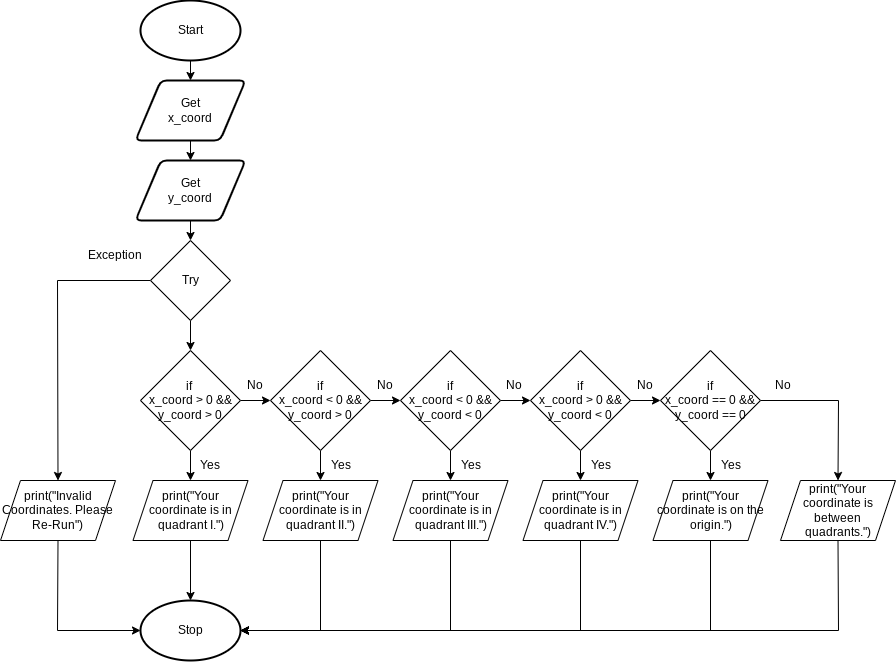
Before: drawio/flowchart/flowchart.png, a diagram exported from draw.io (Aidan-Lalonde-Novales/ICS3U-Assignment4-Python). Source tidied: cells renumbered, new cells last; positions are measured from the earlier drawing's top-left corner, leaving out a move shared by most shapes. Source of this version:
```xml
<mxGraphModel>
  <root>
    <mxCell id="0" />
    <mxCell id="1" parent="0" />
    <mxCell id="2" style="edgeStyle=none;html=1;exitX=0.5;exitY=1;exitDx=0;exitDy=0;exitPerimeter=0;entryX=0.5;entryY=0;entryDx=0;entryDy=0;" parent="1" edge="1" source="3" target="5">
      <mxGeometry relative="1" as="geometry" />
    </mxCell>
    <mxCell id="3" value="Start" style="strokeWidth=2;html=1;shape=mxgraph.flowchart.start_1;whiteSpace=wrap;" parent="1" vertex="1">
      <mxGeometry x="140" width="100" height="60" as="geometry" />
    </mxCell>
    <mxCell id="4" style="edgeStyle=none;html=1;exitX=0.5;exitY=1;exitDx=0;exitDy=0;entryX=0.5;entryY=0;entryDx=0;entryDy=0;" parent="1" edge="1" source="5" target="23">
      <mxGeometry relative="1" as="geometry" />
    </mxCell>
    <mxCell id="5" value="Get&lt;br&gt;x_coord" style="shape=parallelogram;html=1;strokeWidth=2;perimeter=parallelogramPerimeter;whiteSpace=wrap;rounded=1;arcSize=12;size=0.23;" parent="1" vertex="1">
      <mxGeometry x="135" y="80" width="110" height="60" as="geometry" />
    </mxCell>
    <mxCell id="6" value="Stop" style="strokeWidth=2;html=1;shape=mxgraph.flowchart.start_1;whiteSpace=wrap;" parent="1" vertex="1">
      <mxGeometry x="140" y="600" width="100" height="60" as="geometry" />
    </mxCell>
    <mxCell id="7" style="edgeStyle=none;rounded=0;html=1;exitX=1;exitY=0.5;exitDx=0;exitDy=0;entryX=0;entryY=0.5;entryDx=0;entryDy=0;" parent="1" edge="1" source="9" target="14">
      <mxGeometry relative="1" as="geometry" />
    </mxCell>
    <mxCell id="8" style="edgeStyle=none;html=1;exitX=0.5;exitY=1;exitDx=0;exitDy=0;entryX=0.5;entryY=0;entryDx=0;entryDy=0;" parent="1" edge="1" source="9" target="11">
      <mxGeometry relative="1" as="geometry" />
    </mxCell>
    <mxCell id="9" value="if &lt;br&gt;x_coord &amp;gt; 0 &amp;amp;&amp;amp; y_coord &amp;gt; 0" style="rhombus;whiteSpace=wrap;html=1;" parent="1" vertex="1">
      <mxGeometry x="140" y="350" width="100" height="100" as="geometry" />
    </mxCell>
    <mxCell id="10" style="edgeStyle=none;rounded=0;html=1;exitX=0.5;exitY=1;exitDx=0;exitDy=0;entryX=0.5;entryY=0;entryDx=0;entryDy=0;entryPerimeter=0;" parent="1" edge="1" source="11" target="6">
      <mxGeometry relative="1" as="geometry" />
    </mxCell>
    <mxCell id="11" value="print(&quot;Your coordinate is in quadrant I.&quot;)" style="shape=parallelogram;perimeter=parallelogramPerimeter;whiteSpace=wrap;html=1;fixedSize=1;" parent="1" vertex="1">
      <mxGeometry x="132.5" y="480" width="115" height="60" as="geometry" />
    </mxCell>
    <mxCell id="12" style="edgeStyle=none;rounded=0;html=1;exitX=1;exitY=0.5;exitDx=0;exitDy=0;entryX=0;entryY=0.5;entryDx=0;entryDy=0;" parent="1" edge="1" source="14" target="17">
      <mxGeometry relative="1" as="geometry" />
    </mxCell>
    <mxCell id="13" style="edgeStyle=none;html=1;exitX=0.5;exitY=1;exitDx=0;exitDy=0;entryX=0.5;entryY=0;entryDx=0;entryDy=0;" parent="1" edge="1" source="14" target="36">
      <mxGeometry relative="1" as="geometry" />
    </mxCell>
    <mxCell id="14" value="if&lt;br&gt;x_coord &amp;lt; 0 &amp;amp;&amp;amp; y_coord &amp;gt; 0" style="rhombus;whiteSpace=wrap;html=1;" parent="1" vertex="1">
      <mxGeometry x="270" y="350" width="100" height="100" as="geometry" />
    </mxCell>
    <mxCell id="15" style="edgeStyle=none;html=1;exitX=1;exitY=0.5;exitDx=0;exitDy=0;entryX=0;entryY=0.5;entryDx=0;entryDy=0;" parent="1" edge="1" source="17" target="30">
      <mxGeometry relative="1" as="geometry" />
    </mxCell>
    <mxCell id="16" style="edgeStyle=none;html=1;exitX=0.5;exitY=1;exitDx=0;exitDy=0;entryX=0.5;entryY=0;entryDx=0;entryDy=0;" parent="1" edge="1" source="17" target="39">
      <mxGeometry relative="1" as="geometry" />
    </mxCell>
    <mxCell id="17" value="if&lt;br&gt;x_coord &amp;lt; 0 &amp;amp;&amp;amp; y_coord &amp;lt; 0" style="rhombus;whiteSpace=wrap;html=1;" parent="1" vertex="1">
      <mxGeometry x="400" y="350" width="100" height="100" as="geometry" />
    </mxCell>
    <mxCell id="18" value="Yes" style="text;html=1;strokeColor=none;fillColor=none;align=center;verticalAlign=middle;whiteSpace=wrap;rounded=0;" parent="1" vertex="1">
      <mxGeometry x="189" y="450" width="41" height="30" as="geometry" />
    </mxCell>
    <mxCell id="19" value="No" style="text;html=1;strokeColor=none;fillColor=none;align=center;verticalAlign=middle;whiteSpace=wrap;rounded=0;" parent="1" vertex="1">
      <mxGeometry x="240" y="370" width="30" height="30" as="geometry" />
    </mxCell>
    <mxCell id="20" value="No" style="text;html=1;strokeColor=none;fillColor=none;align=center;verticalAlign=middle;whiteSpace=wrap;rounded=0;" parent="1" vertex="1">
      <mxGeometry x="370" y="370" width="30" height="30" as="geometry" />
    </mxCell>
    <mxCell id="21" value="No" style="text;html=1;strokeColor=none;fillColor=none;align=center;verticalAlign=middle;whiteSpace=wrap;rounded=0;" parent="1" vertex="1">
      <mxGeometry x="499" y="370" width="30" height="30" as="geometry" />
    </mxCell>
    <mxCell id="22" style="edgeStyle=none;html=1;exitX=0.5;exitY=1;exitDx=0;exitDy=0;entryX=0.5;entryY=0;entryDx=0;entryDy=0;" parent="1" edge="1" source="23" target="26">
      <mxGeometry relative="1" as="geometry" />
    </mxCell>
    <mxCell id="23" value="Get&lt;br&gt;y_coord" style="shape=parallelogram;html=1;strokeWidth=2;perimeter=parallelogramPerimeter;whiteSpace=wrap;rounded=1;arcSize=12;size=0.23;" parent="1" vertex="1">
      <mxGeometry x="135" y="160" width="110" height="60" as="geometry" />
    </mxCell>
    <mxCell id="24" style="edgeStyle=none;html=1;exitX=0.5;exitY=1;exitDx=0;exitDy=0;entryX=0.5;entryY=0;entryDx=0;entryDy=0;" parent="1" edge="1" source="26" target="9">
      <mxGeometry relative="1" as="geometry" />
    </mxCell>
    <mxCell id="25" style="edgeStyle=none;rounded=0;html=1;exitX=0;exitY=0.5;exitDx=0;exitDy=0;entryX=0.5;entryY=0;entryDx=0;entryDy=0;" parent="1" edge="1" source="26" target="50">
      <mxGeometry relative="1" as="geometry">
        <Array as="points">
          <mxPoint x="57" y="280" />
        </Array>
      </mxGeometry>
    </mxCell>
    <mxCell id="26" value="Try" style="rhombus;whiteSpace=wrap;html=1;" parent="1" vertex="1">
      <mxGeometry x="150" y="240" width="80" height="80" as="geometry" />
    </mxCell>
    <mxCell id="27" value="Exception" style="text;html=1;strokeColor=none;fillColor=none;align=center;verticalAlign=middle;whiteSpace=wrap;rounded=0;" parent="1" vertex="1">
      <mxGeometry x="80" y="240" width="70" height="30" as="geometry" />
    </mxCell>
    <mxCell id="28" style="edgeStyle=none;html=1;exitX=1;exitY=0.5;exitDx=0;exitDy=0;entryX=0;entryY=0.5;entryDx=0;entryDy=0;" parent="1" edge="1" source="30" target="33">
      <mxGeometry relative="1" as="geometry" />
    </mxCell>
    <mxCell id="29" style="edgeStyle=none;html=1;exitX=0.5;exitY=1;exitDx=0;exitDy=0;entryX=0.5;entryY=0;entryDx=0;entryDy=0;" parent="1" edge="1" source="30" target="42">
      <mxGeometry relative="1" as="geometry" />
    </mxCell>
    <mxCell id="30" value="if&lt;br&gt;x_coord&amp;nbsp;&amp;gt; 0 &amp;amp;&amp;amp; y_coord &amp;lt; 0" style="rhombus;whiteSpace=wrap;html=1;" parent="1" vertex="1">
      <mxGeometry x="530" y="350" width="100" height="100" as="geometry" />
    </mxCell>
    <mxCell id="31" style="edgeStyle=none;html=1;exitX=0.5;exitY=1;exitDx=0;exitDy=0;entryX=0.5;entryY=0;entryDx=0;entryDy=0;" parent="1" edge="1" source="33" target="45">
      <mxGeometry relative="1" as="geometry" />
    </mxCell>
    <mxCell id="32" style="edgeStyle=none;html=1;exitX=1;exitY=0.5;exitDx=0;exitDy=0;entryX=0.5;entryY=0;entryDx=0;entryDy=0;rounded=0;" parent="1" edge="1" source="33" target="48">
      <mxGeometry relative="1" as="geometry">
        <Array as="points">
          <mxPoint x="838" y="400" />
        </Array>
      </mxGeometry>
    </mxCell>
    <mxCell id="33" value="if&lt;br&gt;x_coord == 0 &amp;amp;&amp;amp; y_coord == 0" style="rhombus;whiteSpace=wrap;html=1;" parent="1" vertex="1">
      <mxGeometry x="660" y="350" width="100" height="100" as="geometry" />
    </mxCell>
    <mxCell id="34" value="No" style="text;html=1;strokeColor=none;fillColor=none;align=center;verticalAlign=middle;whiteSpace=wrap;rounded=0;" parent="1" vertex="1">
      <mxGeometry x="630" y="370" width="30" height="30" as="geometry" />
    </mxCell>
    <mxCell id="35" style="edgeStyle=none;rounded=0;html=1;exitX=0.5;exitY=1;exitDx=0;exitDy=0;entryX=1;entryY=0.5;entryDx=0;entryDy=0;entryPerimeter=0;" parent="1" edge="1" source="36" target="6">
      <mxGeometry relative="1" as="geometry">
        <Array as="points">
          <mxPoint x="320" y="630" />
        </Array>
      </mxGeometry>
    </mxCell>
    <mxCell id="36" value="print(&quot;Your coordinate is in quadrant II.&quot;)" style="shape=parallelogram;perimeter=parallelogramPerimeter;whiteSpace=wrap;html=1;fixedSize=1;" parent="1" vertex="1">
      <mxGeometry x="262.5" y="480" width="115" height="60" as="geometry" />
    </mxCell>
    <mxCell id="37" value="Yes" style="text;html=1;strokeColor=none;fillColor=none;align=center;verticalAlign=middle;whiteSpace=wrap;rounded=0;" parent="1" vertex="1">
      <mxGeometry x="320" y="450" width="41" height="30" as="geometry" />
    </mxCell>
    <mxCell id="38" style="edgeStyle=none;rounded=0;html=1;exitX=0.5;exitY=1;exitDx=0;exitDy=0;entryX=1;entryY=0.5;entryDx=0;entryDy=0;entryPerimeter=0;" parent="1" edge="1" source="39" target="6">
      <mxGeometry relative="1" as="geometry">
        <Array as="points">
          <mxPoint x="450" y="630" />
        </Array>
      </mxGeometry>
    </mxCell>
    <mxCell id="39" value="print(&quot;Your coordinate is in quadrant III.&quot;)" style="shape=parallelogram;perimeter=parallelogramPerimeter;whiteSpace=wrap;html=1;fixedSize=1;" parent="1" vertex="1">
      <mxGeometry x="392.5" y="480" width="115" height="60" as="geometry" />
    </mxCell>
    <mxCell id="40" value="Yes" style="text;html=1;strokeColor=none;fillColor=none;align=center;verticalAlign=middle;whiteSpace=wrap;rounded=0;" parent="1" vertex="1">
      <mxGeometry x="450" y="450" width="41" height="30" as="geometry" />
    </mxCell>
    <mxCell id="41" style="edgeStyle=none;rounded=0;html=1;exitX=0.5;exitY=1;exitDx=0;exitDy=0;entryX=1;entryY=0.5;entryDx=0;entryDy=0;entryPerimeter=0;" parent="1" edge="1" source="42" target="6">
      <mxGeometry relative="1" as="geometry">
        <Array as="points">
          <mxPoint x="580" y="630" />
        </Array>
      </mxGeometry>
    </mxCell>
    <mxCell id="42" value="print(&quot;Your coordinate is in quadrant IV.&quot;)" style="shape=parallelogram;perimeter=parallelogramPerimeter;whiteSpace=wrap;html=1;fixedSize=1;" parent="1" vertex="1">
      <mxGeometry x="522.5" y="480" width="115" height="60" as="geometry" />
    </mxCell>
    <mxCell id="43" value="Yes" style="text;html=1;strokeColor=none;fillColor=none;align=center;verticalAlign=middle;whiteSpace=wrap;rounded=0;" parent="1" vertex="1">
      <mxGeometry x="580" y="450" width="41" height="30" as="geometry" />
    </mxCell>
    <mxCell id="44" style="edgeStyle=none;rounded=0;html=1;exitX=0.5;exitY=1;exitDx=0;exitDy=0;" parent="1" edge="1" source="45">
      <mxGeometry relative="1" as="geometry">
        <mxPoint x="240" y="630" as="targetPoint" />
        <Array as="points">
          <mxPoint x="710" y="630" />
        </Array>
      </mxGeometry>
    </mxCell>
    <mxCell id="45" value="print(&quot;Your coordinate is on the origin.&quot;)" style="shape=parallelogram;perimeter=parallelogramPerimeter;whiteSpace=wrap;html=1;fixedSize=1;" parent="1" vertex="1">
      <mxGeometry x="652.5" y="480" width="115" height="60" as="geometry" />
    </mxCell>
    <mxCell id="46" value="Yes" style="text;html=1;strokeColor=none;fillColor=none;align=center;verticalAlign=middle;whiteSpace=wrap;rounded=0;" parent="1" vertex="1">
      <mxGeometry x="710" y="450" width="41" height="30" as="geometry" />
    </mxCell>
    <mxCell id="47" style="edgeStyle=none;rounded=0;html=1;exitX=0.5;exitY=1;exitDx=0;exitDy=0;entryX=1;entryY=0.5;entryDx=0;entryDy=0;entryPerimeter=0;" parent="1" edge="1" source="48" target="6">
      <mxGeometry relative="1" as="geometry">
        <Array as="points">
          <mxPoint x="838" y="630" />
        </Array>
      </mxGeometry>
    </mxCell>
    <mxCell id="48" value="print(&quot;Your coordinate is between quadrants.&quot;)" style="shape=parallelogram;perimeter=parallelogramPerimeter;whiteSpace=wrap;html=1;fixedSize=1;" parent="1" vertex="1">
      <mxGeometry x="780" y="480" width="115" height="60" as="geometry" />
    </mxCell>
    <mxCell id="49" style="edgeStyle=none;rounded=0;html=1;exitX=0.5;exitY=1;exitDx=0;exitDy=0;entryX=0;entryY=0.5;entryDx=0;entryDy=0;entryPerimeter=0;" parent="1" edge="1" source="50" target="6">
      <mxGeometry relative="1" as="geometry">
        <Array as="points">
          <mxPoint x="57" y="630" />
        </Array>
      </mxGeometry>
    </mxCell>
    <mxCell id="50" value="print(&quot;Invalid Coordinates. Please Re-Run&quot;)" style="shape=parallelogram;perimeter=parallelogramPerimeter;whiteSpace=wrap;html=1;fixedSize=1;" parent="1" vertex="1">
      <mxGeometry y="480" width="115" height="60" as="geometry" />
    </mxCell>
    <mxCell id="51" value="No" style="text;html=1;strokeColor=none;fillColor=none;align=center;verticalAlign=middle;whiteSpace=wrap;rounded=0;" parent="1" vertex="1">
      <mxGeometry x="767.5" y="370" width="30" height="30" as="geometry" />
    </mxCell>
  </root>
</mxGraphModel>
```
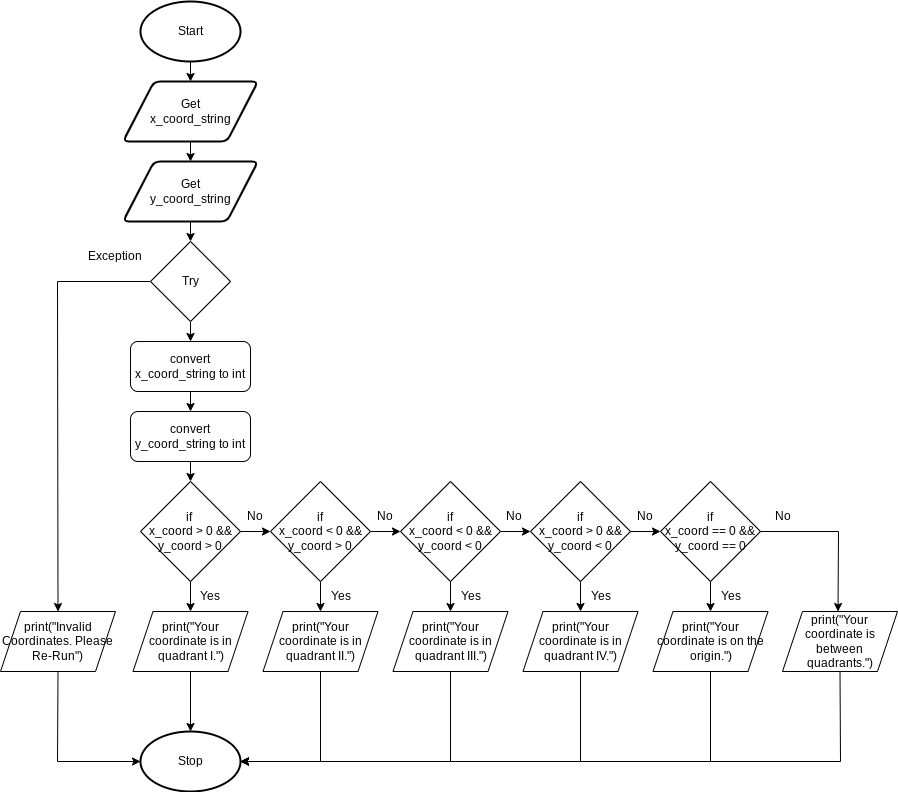
After the change.

The edit, as a diff of the source:
```diff
@@ -6,13 +6,13 @@
       <mxGeometry relative="1" as="geometry" />
     </mxCell>
     <mxCell id="3" value="Start" style="strokeWidth=2;html=1;shape=mxgraph.flowchart.start_1;whiteSpace=wrap;" parent="1" vertex="1">
-      <mxGeometry x="140" width="100" height="60" as="geometry" />
+      <mxGeometry x="140" y="-130" width="100" height="60" as="geometry" />
     </mxCell>
     <mxCell id="4" style="edgeStyle=none;html=1;exitX=0.5;exitY=1;exitDx=0;exitDy=0;entryX=0.5;entryY=0;entryDx=0;entryDy=0;" parent="1" edge="1" source="5" target="23">
       <mxGeometry relative="1" as="geometry" />
     </mxCell>
-    <mxCell id="5" value="Get&lt;br&gt;x_coord" style="shape=parallelogram;html=1;strokeWidth=2;perimeter=parallelogramPerimeter;whiteSpace=wrap;rounded=1;arcSize=12;size=0.23;" parent="1" vertex="1">
-      <mxGeometry x="135" y="80" width="110" height="60" as="geometry" />
+    <mxCell id="5" value="Get&lt;br&gt;x_coord_string" style="shape=parallelogram;html=1;strokeWidth=2;perimeter=parallelogramPerimeter;whiteSpace=wrap;rounded=1;arcSize=12;size=0.23;" parent="1" vertex="1">
+      <mxGeometry x="122.5" y="-50" width="135" height="60" as="geometry" />
     </mxCell>
     <mxCell id="6" value="Stop" style="strokeWidth=2;html=1;shape=mxgraph.flowchart.start_1;whiteSpace=wrap;" parent="1" vertex="1">
       <mxGeometry x="140" y="600" width="100" height="60" as="geometry" />
@@ -65,24 +65,24 @@
     <mxCell id="22" style="edgeStyle=none;html=1;exitX=0.5;exitY=1;exitDx=0;exitDy=0;entryX=0.5;entryY=0;entryDx=0;entryDy=0;" parent="1" edge="1" source="23" target="26">
       <mxGeometry relative="1" as="geometry" />
     </mxCell>
-    <mxCell id="23" value="Get&lt;br&gt;y_coord" style="shape=parallelogram;html=1;strokeWidth=2;perimeter=parallelogramPerimeter;whiteSpace=wrap;rounded=1;arcSize=12;size=0.23;" parent="1" vertex="1">
-      <mxGeometry x="135" y="160" width="110" height="60" as="geometry" />
+    <mxCell id="23" value="Get&lt;br&gt;y_coord_string" style="shape=parallelogram;html=1;strokeWidth=2;perimeter=parallelogramPerimeter;whiteSpace=wrap;rounded=1;arcSize=12;size=0.23;" parent="1" vertex="1">
+      <mxGeometry x="122.5" y="30" width="135" height="60" as="geometry" />
     </mxCell>
-    <mxCell id="24" style="edgeStyle=none;html=1;exitX=0.5;exitY=1;exitDx=0;exitDy=0;entryX=0.5;entryY=0;entryDx=0;entryDy=0;" parent="1" edge="1" source="26" target="9">
-      <mxGeometry relative="1" as="geometry" />
-    </mxCell>
     <mxCell id="25" style="edgeStyle=none;rounded=0;html=1;exitX=0;exitY=0.5;exitDx=0;exitDy=0;entryX=0.5;entryY=0;entryDx=0;entryDy=0;" parent="1" edge="1" source="26" target="50">
       <mxGeometry relative="1" as="geometry">
         <Array as="points">
-          <mxPoint x="57" y="280" />
+          <mxPoint x="57" y="150" />
         </Array>
       </mxGeometry>
     </mxCell>
+    <mxCell id="52" style="edgeStyle=none;html=1;exitX=0.5;exitY=1;exitDx=0;exitDy=0;entryX=0.5;entryY=0;entryDx=0;entryDy=0;" parent="1" edge="1" source="26" target="54">
+      <mxGeometry relative="1" as="geometry" />
+    </mxCell>
     <mxCell id="26" value="Try" style="rhombus;whiteSpace=wrap;html=1;" parent="1" vertex="1">
-      <mxGeometry x="150" y="240" width="80" height="80" as="geometry" />
+      <mxGeometry x="150" y="110" width="80" height="80" as="geometry" />
     </mxCell>
     <mxCell id="27" value="Exception" style="text;html=1;strokeColor=none;fillColor=none;align=center;verticalAlign=middle;whiteSpace=wrap;rounded=0;" parent="1" vertex="1">
-      <mxGeometry x="80" y="240" width="70" height="30" as="geometry" />
+      <mxGeometry x="80" y="110" width="70" height="30" as="geometry" />
     </mxCell>
     <mxCell id="28" style="edgeStyle=none;html=1;exitX=1;exitY=0.5;exitDx=0;exitDy=0;entryX=0;entryY=0.5;entryDx=0;entryDy=0;" parent="1" edge="1" source="30" target="33">
       <mxGeometry relative="1" as="geometry" />
@@ -96,8 +96,9 @@
     <mxCell id="31" style="edgeStyle=none;html=1;exitX=0.5;exitY=1;exitDx=0;exitDy=0;entryX=0.5;entryY=0;entryDx=0;entryDy=0;" parent="1" edge="1" source="33" target="45">
       <mxGeometry relative="1" as="geometry" />
     </mxCell>
-    <mxCell id="32" style="edgeStyle=none;html=1;exitX=1;exitY=0.5;exitDx=0;exitDy=0;entryX=0.5;entryY=0;entryDx=0;entryDy=0;rounded=0;" parent="1" edge="1" source="33" target="48">
+    <mxCell id="32" style="edgeStyle=none;html=1;exitX=1;exitY=0.5;exitDx=0;exitDy=0;entryX=0.5;entryY=0;entryDx=0;entryDy=0;rounded=0;" parent="1" edge="1" source="33">
       <mxGeometry relative="1" as="geometry">
+        <mxPoint x="837.5" y="480" as="targetPoint" />
         <Array as="points">
           <mxPoint x="838" y="400" />
         </Array>
@@ -162,15 +163,15 @@
     <mxCell id="46" value="Yes" style="text;html=1;strokeColor=none;fillColor=none;align=center;verticalAlign=middle;whiteSpace=wrap;rounded=0;" parent="1" vertex="1">
       <mxGeometry x="710" y="450" width="41" height="30" as="geometry" />
     </mxCell>
-    <mxCell id="47" style="edgeStyle=none;rounded=0;html=1;exitX=0.5;exitY=1;exitDx=0;exitDy=0;entryX=1;entryY=0.5;entryDx=0;entryDy=0;entryPerimeter=0;" parent="1" edge="1" source="48" target="6">
+    <mxCell id="47" style="edgeStyle=none;html=1;exitX=0.5;exitY=1;exitDx=0;exitDy=0;entryX=1;entryY=0.5;entryDx=0;entryDy=0;entryPerimeter=0;rounded=0;" parent="1" edge="1" source="48" target="6">
       <mxGeometry relative="1" as="geometry">
         <Array as="points">
-          <mxPoint x="838" y="630" />
+          <mxPoint x="840" y="630" />
         </Array>
       </mxGeometry>
     </mxCell>
     <mxCell id="48" value="print(&quot;Your coordinate is between quadrants.&quot;)" style="shape=parallelogram;perimeter=parallelogramPerimeter;whiteSpace=wrap;html=1;fixedSize=1;" parent="1" vertex="1">
-      <mxGeometry x="780" y="480" width="115" height="60" as="geometry" />
+      <mxGeometry x="782" y="480" width="115" height="60" as="geometry" />
     </mxCell>
     <mxCell id="49" style="edgeStyle=none;rounded=0;html=1;exitX=0.5;exitY=1;exitDx=0;exitDy=0;entryX=0;entryY=0.5;entryDx=0;entryDy=0;entryPerimeter=0;" parent="1" edge="1" source="50" target="6">
       <mxGeometry relative="1" as="geometry">
@@ -185,5 +186,19 @@
     <mxCell id="51" value="No" style="text;html=1;strokeColor=none;fillColor=none;align=center;verticalAlign=middle;whiteSpace=wrap;rounded=0;" parent="1" vertex="1">
       <mxGeometry x="767.5" y="370" width="30" height="30" as="geometry" />
     </mxCell>
+    <mxCell id="53" style="edgeStyle=none;html=1;exitX=0.5;exitY=1;exitDx=0;exitDy=0;entryX=0.5;entryY=0;entryDx=0;entryDy=0;" parent="1" edge="1" source="54" target="56">
+      <mxGeometry relative="1" as="geometry" />
+    </mxCell>
+    <mxCell id="54" value="convert x_coord_string to int" style="rounded=1;whiteSpace=wrap;html=1;" parent="1" vertex="1">
+      <mxGeometry x="130" y="210" width="120" height="50" as="geometry" />
+    </mxCell>
+    <mxCell id="55" style="edgeStyle=none;html=1;exitX=0.5;exitY=1;exitDx=0;exitDy=0;entryX=0.5;entryY=0;entryDx=0;entryDy=0;" parent="1" edge="1" target="9">
+      <mxGeometry relative="1" as="geometry">
+        <mxPoint x="190" y="300" as="sourcePoint" />
+      </mxGeometry>
+    </mxCell>
+    <mxCell id="56" value="&lt;span&gt;convert y_coord_string to int&lt;/span&gt;" style="rounded=1;whiteSpace=wrap;html=1;" parent="1" vertex="1">
+      <mxGeometry x="130" y="280" width="120" height="50" as="geometry" />
+    </mxCell>
   </root>
 </mxGraphModel>
```
